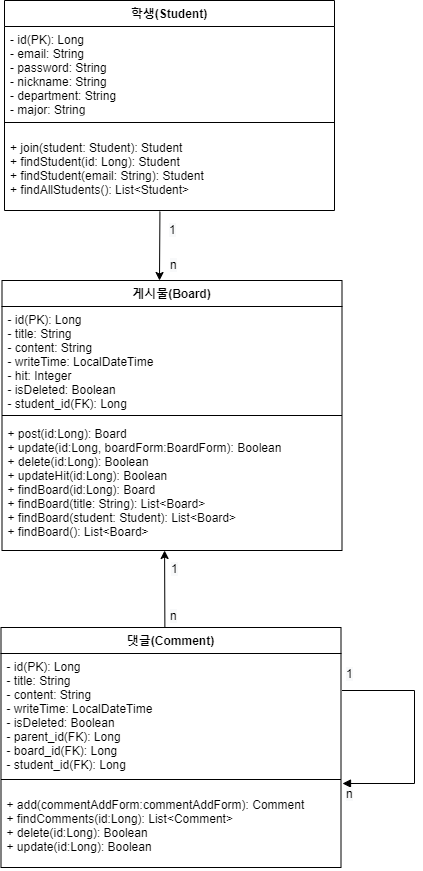
Before: img/diagram.png, a diagram exported from draw.io (SangHyunGil/BasicBoard). Source tidied: cells renumbered, new cells last; positions are measured from the earlier drawing's top-left corner, leaving out a move shared by most shapes.
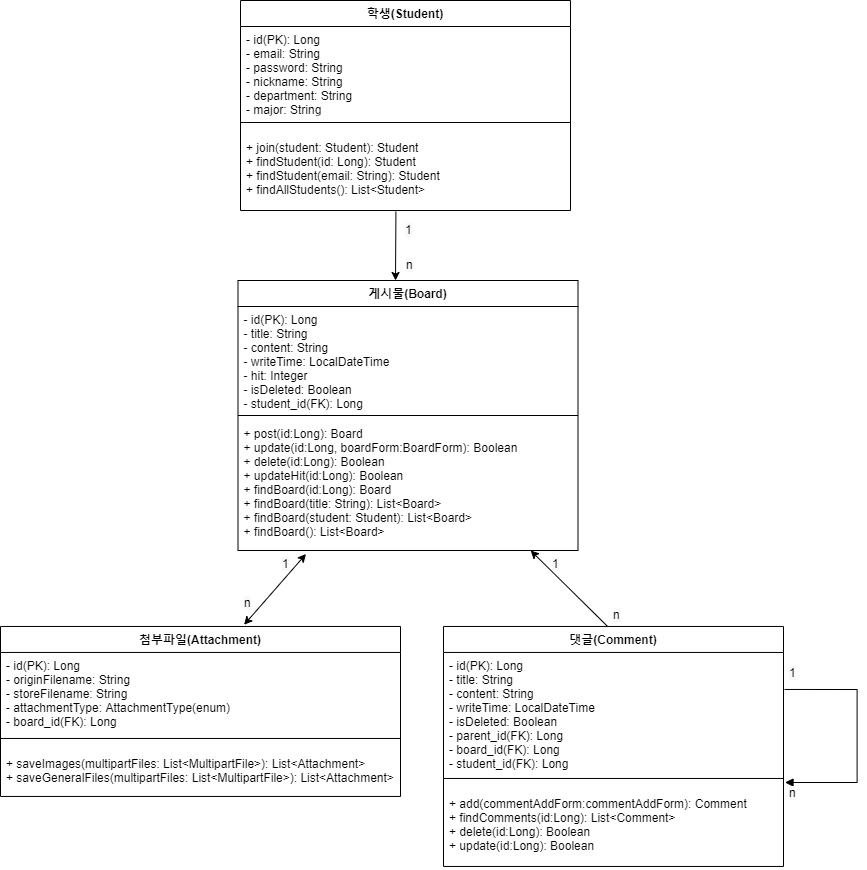
The same file after the commit.

Diff of the diagram source:
```diff
@@ -15,7 +15,7 @@
       <mxGeometry y="140" width="340" height="130" as="geometry" />
     </mxCell>
     <mxCell id="6" value="댓글(Comment)" style="swimlane;fontStyle=1;align=center;verticalAlign=top;horizontal=1;startSize=26;" parent="1" vertex="1">
-      <mxGeometry x="0.5" y="627" width="340" height="240" as="geometry" />
+      <mxGeometry x="207" y="626" width="340" height="240" as="geometry" />
     </mxCell>
     <mxCell id="7" value="- id(PK): Long&#10;- title: String&#10;- content: String&#10;- writeTime: LocalDateTime&#10;- isDeleted: Boolean&#10;- parent_id(FK): Long&#10;- board_id(FK): Long&#10;- student_id(FK): Long&#10;" style="text;strokeColor=none;fillColor=none;align=left;verticalAlign=top;spacingLeft=4;spacingRight=4;overflow=hidden;" parent="6" vertex="1">
       <mxGeometry y="26" width="340" height="114" as="geometry" />
@@ -26,9 +26,9 @@
     <mxCell id="9" value="+ add(commentAddForm:commentAddForm): Comment&#10;+ findComments(id:Long): List&lt;Comment&gt;&#10;+ delete(id:Long): Boolean&#10;+ update(id:Long): Boolean" style="text;strokeColor=none;fillColor=none;align=left;verticalAlign=top;spacingLeft=4;spacingRight=4;overflow=hidden;" parent="6" vertex="1">
       <mxGeometry y="164" width="340" height="76" as="geometry" />
     </mxCell>
-    <mxCell id="10" style="endArrow=classic;html=1;exitX=0.482;exitY=-0.001;exitDx=0;exitDy=0;exitPerimeter=0;" parent="1" edge="1" source="6">
+    <mxCell id="10" style="endArrow=classic;html=1;exitX=0.482;exitY=-0.001;exitDx=0;exitDy=0;exitPerimeter=0;entryX=0.646;entryY=1.008;entryDx=0;entryDy=0;entryPerimeter=0;" parent="1" edge="1" source="6">
       <mxGeometry relative="1" as="geometry">
-        <mxPoint x="164.1" y="550" as="targetPoint" />
+        <mxPoint x="294.1" y="550" as="targetPoint" />
       </mxGeometry>
     </mxCell>
     <mxCell id="11" value="학생(Student)" style="swimlane;fontStyle=1;align=center;verticalAlign=top;horizontal=1;startSize=26;" parent="1" vertex="1">
@@ -50,32 +50,53 @@
       <mxGeometry x="168" y="251" width="40" height="30" as="geometry" />
     </mxCell>
     <mxCell id="17" value="&lt;span style=&quot;color: rgb(0 , 0 , 0) ; font-family: &amp;#34;helvetica&amp;#34; ; font-size: 12px ; font-style: normal ; font-weight: 400 ; letter-spacing: normal ; text-align: left ; text-indent: 0px ; text-transform: none ; word-spacing: 0px ; background-color: rgb(248 , 249 , 250) ; display: inline ; float: none&quot;&gt;n&lt;/span&gt;" style="text;whiteSpace=wrap;html=1;" parent="1" vertex="1">
-      <mxGeometry x="168" y="602" width="40" height="30" as="geometry" />
+      <mxGeometry x="374.5" y="601" width="40" height="30" as="geometry" />
     </mxCell>
     <mxCell id="18" value="&lt;span style=&quot;color: rgb(0 , 0 , 0) ; font-family: &amp;#34;helvetica&amp;#34; ; font-size: 12px ; font-style: normal ; font-weight: 400 ; letter-spacing: normal ; text-align: left ; text-indent: 0px ; text-transform: none ; word-spacing: 0px ; background-color: rgb(248 , 249 , 250) ; display: inline ; float: none&quot;&gt;1&lt;/span&gt;" style="text;whiteSpace=wrap;html=1;" parent="1" vertex="1">
-      <mxGeometry x="169" y="555" width="40" height="30" as="geometry" />
+      <mxGeometry x="314" y="550" width="40" height="30" as="geometry" />
     </mxCell>
     <mxCell id="19" style="edgeStyle=orthogonalEdgeStyle;html=1;align=left;spacingLeft=2;endArrow=block;rounded=0;" parent="1" edge="1">
       <mxGeometry relative="1" as="geometry">
-        <mxPoint x="341.5" y="690" as="sourcePoint" />
-        <mxPoint x="342" y="783" as="targetPoint" />
+        <mxPoint x="548" y="689" as="sourcePoint" />
+        <mxPoint x="548.5" y="782" as="targetPoint" />
         <Array as="points">
-          <mxPoint x="414" y="690" />
-          <mxPoint x="414" y="783" />
-          <mxPoint x="347" y="783" />
+          <mxPoint x="620.5" y="689" />
+          <mxPoint x="620.5" y="782" />
+          <mxPoint x="553.5" y="782" />
         </Array>
       </mxGeometry>
     </mxCell>
     <mxCell id="20" value="&lt;span style=&quot;color: rgb(0 , 0 , 0) ; font-family: &amp;#34;helvetica&amp;#34; ; font-size: 12px ; font-style: normal ; font-weight: 400 ; letter-spacing: normal ; text-align: left ; text-indent: 0px ; text-transform: none ; word-spacing: 0px ; background-color: rgb(248 , 249 , 250) ; display: inline ; float: none&quot;&gt;1&lt;/span&gt;" style="text;whiteSpace=wrap;html=1;" parent="1" vertex="1">
-      <mxGeometry x="344" y="660" width="40" height="30" as="geometry" />
+      <mxGeometry x="550.5" y="659" width="40" height="30" as="geometry" />
     </mxCell>
     <mxCell id="21" value="&lt;span style=&quot;color: rgb(0 , 0 , 0) ; font-family: &amp;#34;helvetica&amp;#34; ; font-size: 12px ; font-style: normal ; font-weight: 400 ; letter-spacing: normal ; text-align: left ; text-indent: 0px ; text-transform: none ; word-spacing: 0px ; background-color: rgb(248 , 249 , 250) ; display: inline ; float: none&quot;&gt;n&lt;/span&gt;" style="text;whiteSpace=wrap;html=1;" parent="1" vertex="1">
-      <mxGeometry x="344" y="780" width="40" height="30" as="geometry" />
+      <mxGeometry x="550.5" y="779" width="40" height="30" as="geometry" />
     </mxCell>
     <mxCell id="22" style="endArrow=classic;html=1;exitX=0.471;exitY=1.014;exitDx=0;exitDy=0;exitPerimeter=0;" parent="1" edge="1" source="14">
       <mxGeometry relative="1" as="geometry">
         <mxPoint x="159" y="280" as="targetPoint" />
       </mxGeometry>
     </mxCell>
+    <mxCell id="23" value="첨부파일(Attachment)" style="swimlane;fontStyle=1;align=center;verticalAlign=top;horizontal=1;startSize=26;" parent="1" vertex="1">
+      <mxGeometry x="-236" y="626" width="400" height="170" as="geometry" />
+    </mxCell>
+    <mxCell id="24" value="- id(PK): Long&#10;- originFilename: String&#10;- storeFilename: String&#10;- attachmentType: AttachmentType(enum)&#10;- board_id(FK): Long&#10;" style="text;strokeColor=none;fillColor=none;align=left;verticalAlign=top;spacingLeft=4;spacingRight=4;overflow=hidden;" parent="23" vertex="1">
+      <mxGeometry y="26" width="400" height="74" as="geometry" />
+    </mxCell>
+    <mxCell id="25" style="line;strokeWidth=1;fillColor=none;align=left;verticalAlign=middle;spacingTop=-1;spacingLeft=3;spacingRight=3;labelPosition=right;" parent="23" vertex="1">
+      <mxGeometry y="100" width="400" height="24" as="geometry" />
+    </mxCell>
+    <mxCell id="26" value="+ saveImages(multipartFiles: List&lt;MultipartFile&gt;): List&lt;Attachment&gt;&#10;+ saveGeneralFiles(multipartFiles: List&lt;MultipartFile&gt;): List&lt;Attachment&gt;" style="text;strokeColor=none;fillColor=none;align=left;verticalAlign=top;spacingLeft=4;spacingRight=4;overflow=hidden;" parent="23" vertex="1">
+      <mxGeometry y="124" width="400" height="46" as="geometry" />
+    </mxCell>
+    <mxCell id="27" style="endArrow=classic;startArrow=classic;html=1;rounded=0;exitX=0.609;exitY=-0.01;exitDx=0;exitDy=0;exitPerimeter=0;entryX=0.2;entryY=1.027;entryDx=0;entryDy=0;entryPerimeter=0;" parent="1" edge="1" source="23" target="5">
+      <mxGeometry relative="1" as="geometry" />
+    </mxCell>
+    <mxCell id="28" value="&lt;span style=&quot;color: rgb(0 , 0 , 0) ; font-family: &amp;#34;helvetica&amp;#34; ; font-size: 12px ; font-style: normal ; font-weight: 400 ; letter-spacing: normal ; text-align: left ; text-indent: 0px ; text-transform: none ; word-spacing: 0px ; background-color: rgb(248 , 249 , 250) ; display: inline ; float: none&quot;&gt;1&lt;/span&gt;" style="text;whiteSpace=wrap;html=1;" parent="1" vertex="1">
+      <mxGeometry x="44" y="550" width="40" height="30" as="geometry" />
+    </mxCell>
+    <mxCell id="29" value="&lt;span style=&quot;color: rgb(0 , 0 , 0) ; font-family: &amp;#34;helvetica&amp;#34; ; font-size: 12px ; font-style: normal ; font-weight: 400 ; letter-spacing: normal ; text-align: left ; text-indent: 0px ; text-transform: none ; word-spacing: 0px ; background-color: rgb(248 , 249 , 250) ; display: inline ; float: none&quot;&gt;n&lt;/span&gt;" style="text;whiteSpace=wrap;html=1;" parent="1" vertex="1">
+      <mxGeometry x="5.5" y="589" width="40" height="30" as="geometry" />
+    </mxCell>
   </root>
 </mxGraphModel>
```
